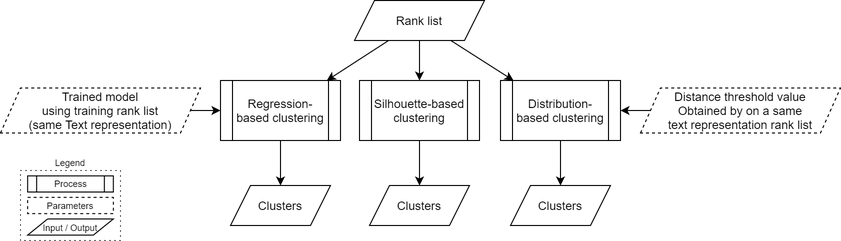
The draw.io diagram report/sections/5_clustering/img/schema-clustering.png in TheRaphael0000/master_thesis, before a commit. Source tidied: cells renumbered, new cells last; positions are measured from the earlier drawing's top-left corner, leaving out a move shared by most shapes. The source it was exported from:
```xml
<mxGraphModel>
  <root>
    <mxCell id="0" />
    <mxCell id="1" parent="0" />
    <mxCell id="2" value="Silhouette-based clustering" style="shape=process;whiteSpace=wrap;html=1;backgroundOutline=1;" parent="1" vertex="1">
      <mxGeometry x="359" y="80" width="120" height="60" as="geometry" />
    </mxCell>
    <mxCell id="3" value="&lt;span&gt;Rank list&lt;/span&gt;" style="shape=parallelogram;perimeter=parallelogramPerimeter;whiteSpace=wrap;html=1;fixedSize=1;" parent="1" vertex="1">
      <mxGeometry x="354" width="130" height="40" as="geometry" />
    </mxCell>
    <mxCell id="4" style="endArrow=classic;html=1;" parent="1" edge="1" source="3" target="2">
      <mxGeometry x="228" y="255" as="geometry" />
    </mxCell>
    <mxCell id="5" style="endArrow=classic;html=1;" parent="1" edge="1" source="2" target="22">
      <mxGeometry x="228" y="255" as="geometry" />
    </mxCell>
    <mxCell id="6" value="Regression-based clustering" style="shape=process;whiteSpace=wrap;html=1;backgroundOutline=1;" parent="1" vertex="1">
      <mxGeometry x="220" y="80" width="120" height="60" as="geometry" />
    </mxCell>
    <mxCell id="7" style="endArrow=classic;html=1;" parent="1" edge="1" source="6" target="21">
      <mxGeometry x="228" y="255" as="geometry" />
    </mxCell>
    <mxCell id="8" style="endArrow=classic;html=1;" parent="1" edge="1" source="3" target="6">
      <mxGeometry x="228" y="255" as="geometry" />
    </mxCell>
    <mxCell id="9" style="endArrow=classic;html=1;" parent="1" edge="1" source="10" target="6">
      <mxGeometry x="207" y="255" as="geometry" />
    </mxCell>
    <mxCell id="10" value="&lt;span&gt;Trained model&lt;br&gt;using training rank list&lt;br&gt;(same Text representation)&lt;br&gt;&lt;/span&gt;" style="shape=parallelogram;perimeter=parallelogramPerimeter;whiteSpace=wrap;html=1;fixedSize=1;dashed=1;" parent="1" vertex="1">
      <mxGeometry y="87.5" width="200" height="45" as="geometry" />
    </mxCell>
    <mxCell id="11" style="group;fontSize=9;" parent="1" vertex="1">
      <mxGeometry x="20" y="170" width="100" height="70" as="geometry" />
    </mxCell>
    <mxCell id="12" value="Legend" style="rounded=0;whiteSpace=wrap;html=1;dashed=1;fontSize=9;align=center;fillColor=none;dashPattern=1 4;verticalAlign=bottom;labelPosition=center;verticalLabelPosition=top;" parent="11" vertex="1">
      <mxGeometry width="100" height="70" as="geometry" />
    </mxCell>
    <mxCell id="13" value="Parameters" style="text;html=1;fillColor=none;align=center;verticalAlign=middle;whiteSpace=wrap;rounded=0;dashed=1;strokeColor=#000000;fontSize=9;spacingLeft=0;" parent="11" vertex="1">
      <mxGeometry x="7.1" y="26.9" width="85.7" height="16.2" as="geometry" />
    </mxCell>
    <mxCell id="14" value="Process" style="shape=process;whiteSpace=wrap;html=1;backgroundOutline=1;fontSize=9;" parent="11" vertex="1">
      <mxGeometry x="7.1" y="5.4" width="85.7" height="16.2" as="geometry" />
    </mxCell>
    <mxCell id="15" value="&lt;span style=&quot;font-size: 9px;&quot;&gt;Input / Output&lt;/span&gt;" style="shape=parallelogram;perimeter=parallelogramPerimeter;whiteSpace=wrap;html=1;fixedSize=1;fontSize=9;" parent="11" vertex="1">
      <mxGeometry x="7.1" y="48.5" width="85.7" height="16.2" as="geometry" />
    </mxCell>
    <mxCell id="16" value="Distribution-based clustering" style="shape=process;whiteSpace=wrap;html=1;backgroundOutline=1;" parent="1" vertex="1">
      <mxGeometry x="500" y="80" width="120" height="60" as="geometry" />
    </mxCell>
    <mxCell id="17" style="endArrow=classic;html=1;" parent="1" edge="1" source="3" target="16">
      <mxGeometry x="238" y="265" as="geometry" />
    </mxCell>
    <mxCell id="18" style="endArrow=classic;html=1;" parent="1" edge="1" source="16" target="23">
      <mxGeometry x="248" y="275" as="geometry" />
    </mxCell>
    <mxCell id="19" value="&lt;span&gt;Distance threshold value&lt;br&gt;Obtained by on a same&lt;br&gt;text representation rank list&lt;br&gt;&lt;/span&gt;" style="shape=parallelogram;perimeter=parallelogramPerimeter;whiteSpace=wrap;html=1;fixedSize=1;dashed=1;" parent="1" vertex="1">
      <mxGeometry x="640" y="87.5" width="200" height="45" as="geometry" />
    </mxCell>
    <mxCell id="20" style="endArrow=classic;html=1;" parent="1" edge="1" source="19" target="16">
      <mxGeometry relative="1" as="geometry" />
    </mxCell>
    <mxCell id="21" value="&lt;span&gt;Clusters&lt;/span&gt;" style="shape=parallelogram;perimeter=parallelogramPerimeter;whiteSpace=wrap;html=1;fixedSize=1;" parent="1" vertex="1">
      <mxGeometry x="230" y="185" width="100" height="40" as="geometry" />
    </mxCell>
    <mxCell id="22" value="&lt;span&gt;Clusters&lt;/span&gt;" style="shape=parallelogram;perimeter=parallelogramPerimeter;whiteSpace=wrap;html=1;fixedSize=1;" parent="1" vertex="1">
      <mxGeometry x="369" y="185" width="100" height="40" as="geometry" />
    </mxCell>
    <mxCell id="23" value="&lt;span&gt;Clusters&lt;/span&gt;" style="shape=parallelogram;perimeter=parallelogramPerimeter;whiteSpace=wrap;html=1;fixedSize=1;" parent="1" vertex="1">
      <mxGeometry x="510" y="185" width="100" height="40" as="geometry" />
    </mxCell>
  </root>
</mxGraphModel>
```
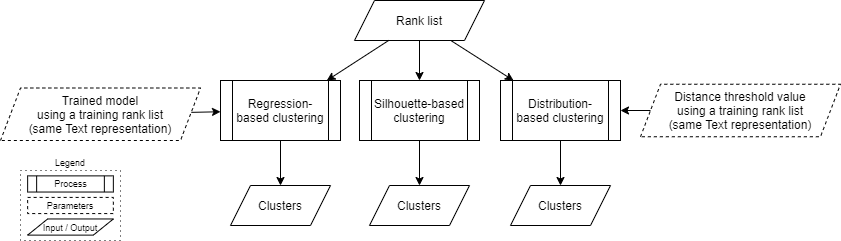
Later version of the same file.

Diff of the diagram source:
```diff
@@ -26,8 +26,8 @@
     <mxCell id="9" style="endArrow=classic;html=1;" parent="1" edge="1" source="10" target="6">
       <mxGeometry x="207" y="255" as="geometry" />
     </mxCell>
-    <mxCell id="10" value="&lt;span&gt;Trained model&lt;br&gt;using training rank list&lt;br&gt;(same Text representation)&lt;br&gt;&lt;/span&gt;" style="shape=parallelogram;perimeter=parallelogramPerimeter;whiteSpace=wrap;html=1;fixedSize=1;dashed=1;" parent="1" vertex="1">
-      <mxGeometry y="87.5" width="200" height="45" as="geometry" />
+    <mxCell id="10" value="&lt;span&gt;Trained model&lt;br&gt;using a training rank list&lt;br&gt;(same Text representation)&lt;br&gt;&lt;/span&gt;" style="shape=parallelogram;perimeter=parallelogramPerimeter;whiteSpace=wrap;html=1;fixedSize=1;dashed=1;" parent="1" vertex="1">
+      <mxGeometry y="87.5" width="200" height="52.5" as="geometry" />
     </mxCell>
     <mxCell id="11" style="group;fontSize=9;" parent="1" vertex="1">
       <mxGeometry x="20" y="170" width="100" height="70" as="geometry" />
@@ -53,8 +53,8 @@
     <mxCell id="18" style="endArrow=classic;html=1;" parent="1" edge="1" source="16" target="23">
       <mxGeometry x="248" y="275" as="geometry" />
     </mxCell>
-    <mxCell id="19" value="&lt;span&gt;Distance threshold value&lt;br&gt;Obtained by on a same&lt;br&gt;text representation rank list&lt;br&gt;&lt;/span&gt;" style="shape=parallelogram;perimeter=parallelogramPerimeter;whiteSpace=wrap;html=1;fixedSize=1;dashed=1;" parent="1" vertex="1">
-      <mxGeometry x="640" y="87.5" width="200" height="45" as="geometry" />
+    <mxCell id="19" value="&lt;span&gt;Distance threshold value&lt;br&gt;using a training rank list&lt;br&gt;(same Text representation)&lt;br&gt;&lt;/span&gt;" style="shape=parallelogram;perimeter=parallelogramPerimeter;whiteSpace=wrap;html=1;fixedSize=1;dashed=1;" parent="1" vertex="1">
+      <mxGeometry x="640" y="83.8" width="200" height="52.5" as="geometry" />
     </mxCell>
     <mxCell id="20" style="endArrow=classic;html=1;" parent="1" edge="1" source="19" target="16">
       <mxGeometry relative="1" as="geometry" />
```
